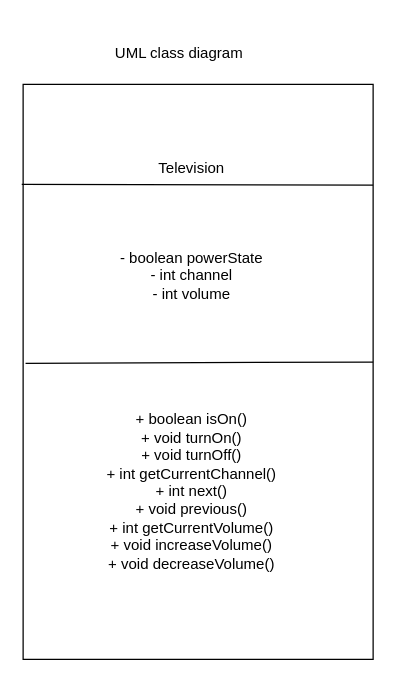
Earlier version of the draw.io diagram AirConditioner/MP3.drawio (visionezak-gif/IdeaProject). Source tidied: cells renumbered, new cells numbered last; positions are measured from the earlier drawing's top-left corner, leaving out a move shared by most shapes. Both pictures are drawn from the tidied source at 125%, with x=0, y=0 at pixel (22, 21).
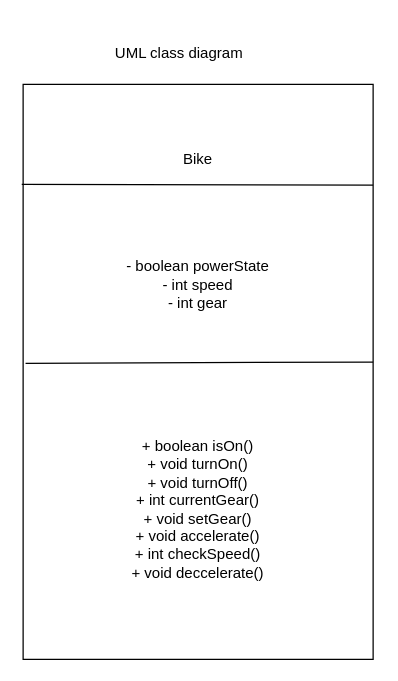
Above is the later version.

The edit, as a diff of the source:
```diff
@@
 <mxGraphModel>
   <root>
     <mxCell id="0" />
     <mxCell id="1" parent="0" />
     <mxCell id="2" style="rounded=0;whiteSpace=wrap;html=1;" parent="1" vertex="1">
       <mxGeometry y="50" width="280" height="460" as="geometry" />
     </mxCell>
     <mxCell id="3" style="endArrow=none;html=1;rounded=0;defaultLabelBackgroundColor=page;labelPadding=0 4;entryX=1;entryY=0.175;entryDx=0;entryDy=0;entryPerimeter=0;exitX=-0.004;exitY=0.174;exitDx=0;exitDy=0;exitPerimeter=0;" parent="1" edge="1" source="2" target="2">
       <mxGeometry relative="1" as="geometry" />
     </mxCell>
     <mxCell id="4" style="endArrow=none;html=1;rounded=0;defaultLabelBackgroundColor=page;labelPadding=0 4;entryX=1;entryY=0.483;entryDx=0;entryDy=0;entryPerimeter=0;exitX=0.007;exitY=0.485;exitDx=0;exitDy=0;exitPerimeter=0;" parent="1" edge="1" source="2" target="2">
       <mxGeometry relative="1" as="geometry" />
     </mxCell>
     <mxCell id="5" style="edgeStyle=orthogonalEdgeStyle;rounded=0;orthogonalLoop=1;jettySize=auto;html=1;innerLoopWaypoints=1;exitX=0.5;exitY=1;exitDx=0;exitDy=0;defaultLabelBackgroundColor=page;labelPadding=0 4;" parent="1" edge="1">
       <mxGeometry relative="1" as="geometry">
         <mxPoint x="130" y="250" as="sourcePoint" />
         <mxPoint x="130" y="250" as="targetPoint" />
       </mxGeometry>
     </mxCell>
     <mxCell id="6" value="UML class diagram" style="text;html=1;whiteSpace=wrap;strokeColor=none;fillColor=none;align=center;verticalAlign=middle;rounded=0;" parent="1" vertex="1">
       <mxGeometry width="250" height="50" as="geometry" />
     </mxCell>
-    <mxCell id="7" value="&lt;div&gt;Television&lt;/div&gt;&lt;div&gt;&lt;br&gt;&lt;/div&gt;&lt;div&gt;&lt;br&gt;&lt;/div&gt;&lt;div&gt;&lt;br&gt;&lt;/div&gt;&lt;div&gt;&lt;br&gt;&lt;/div&gt;&lt;div&gt;- boolean powerState&lt;/div&gt;&lt;div&gt;- int channel&lt;/div&gt;&lt;div&gt;- int volume&lt;/div&gt;&lt;div&gt;&lt;br&gt;&lt;/div&gt;&lt;div&gt;&lt;br&gt;&lt;/div&gt;&lt;div&gt;&lt;br&gt;&lt;/div&gt;&lt;div&gt;&lt;br&gt;&lt;/div&gt;&lt;div&gt;&lt;br&gt;&lt;/div&gt;&lt;div&gt;&lt;br&gt;&lt;/div&gt;&lt;div&gt;+ boolean isOn()&lt;/div&gt;&lt;div&gt;+ void turnOn()&lt;/div&gt;&lt;div&gt;+ void turnOff()&lt;/div&gt;&lt;div&gt;+ int getCurrentChannel()&lt;/div&gt;&lt;div&gt;+ int next()&lt;/div&gt;&lt;div&gt;+ void previous()&lt;/div&gt;&lt;div&gt;+ int getCurrentVolume()&lt;/div&gt;&lt;div&gt;+ void increaseVolume()&lt;/div&gt;&lt;div&gt;+ void decreaseVolume()&lt;/div&gt;" style="text;html=1;whiteSpace=wrap;strokeColor=none;fillColor=none;align=center;verticalAlign=middle;rounded=0;" parent="1" vertex="1">
-      <mxGeometry y="70" width="270" height="410" as="geometry" />
-    </mxCell>
+    <mxCell id="8" value="&lt;div&gt;Bike&lt;/div&gt;&lt;div&gt;&lt;br&gt;&lt;/div&gt;&lt;div&gt;&lt;br&gt;&lt;/div&gt;&lt;div&gt;&lt;br&gt;&lt;/div&gt;&lt;div&gt;&lt;br&gt;&lt;/div&gt;&lt;div&gt;&lt;br&gt;&lt;/div&gt;&lt;div&gt;- boolean powerState&lt;/div&gt;&lt;div&gt;- int speed&lt;/div&gt;&lt;div&gt;- int gear&lt;/div&gt;&lt;div&gt;&lt;br&gt;&lt;/div&gt;&lt;div&gt;&lt;br&gt;&lt;/div&gt;&lt;div&gt;&lt;br&gt;&lt;/div&gt;&lt;div&gt;&lt;br&gt;&lt;/div&gt;&lt;div&gt;&lt;br&gt;&lt;/div&gt;&lt;div&gt;&lt;br&gt;&lt;/div&gt;&lt;div&gt;&lt;br&gt;&lt;/div&gt;&lt;div&gt;+ boolean isOn()&lt;/div&gt;&lt;div&gt;+ void turnOn()&lt;/div&gt;&lt;div&gt;+ void turnOff()&lt;/div&gt;&lt;div&gt;+ int currentGear()&lt;/div&gt;&lt;div&gt;+ void setGear()&lt;/div&gt;&lt;div&gt;+ void accelerate()&lt;/div&gt;&lt;div&gt;+ int checkSpeed()&lt;/div&gt;&lt;div&gt;+ void deccelerate()&lt;/div&gt;" style="text;html=1;whiteSpace=wrap;strokeColor=none;fillColor=none;align=center;verticalAlign=middle;rounded=0;" parent="1" vertex="1">
+      <mxGeometry y="60" width="280" height="430" as="geometry" />
+    </mxCell>
   </root>
 </mxGraphModel>
```
